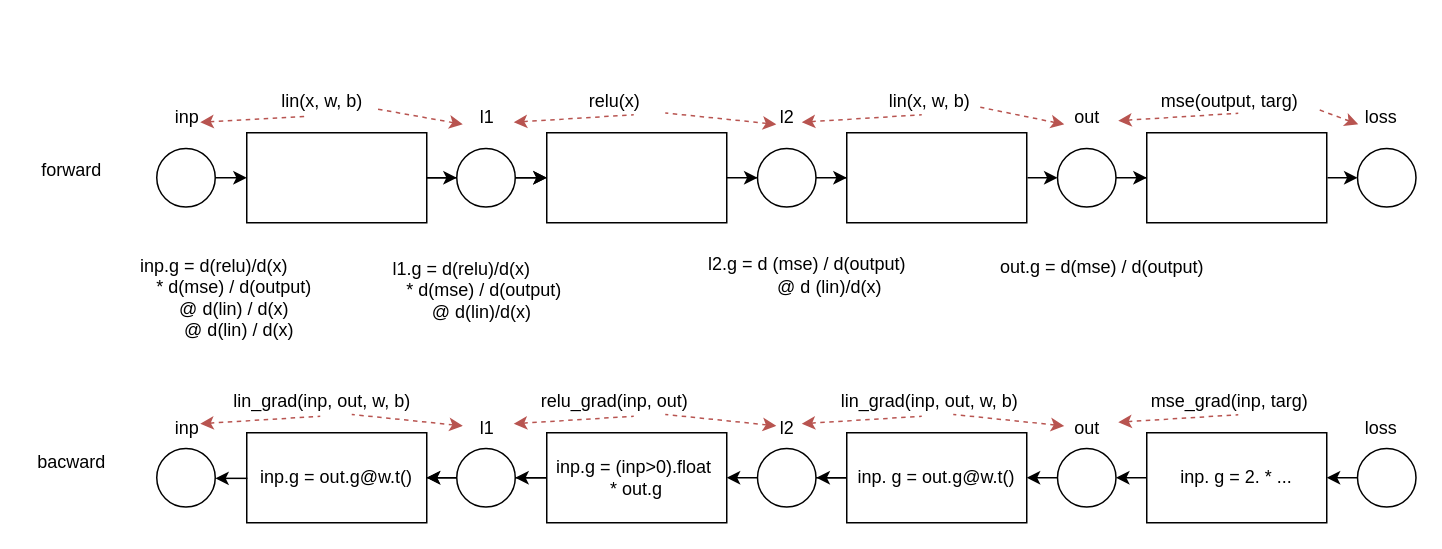
The draw.io diagram page "lesson8_ver2" (3 of 5) of lesson_note/studyFastaiFigures.drawio in shuntaka/study-fastai, before the edit. Source tidied: cells renumbered, new cells numbered last; positions are measured from the earlier drawing's top-left corner, leaving out a move shared by most shapes. Both pictures are drawn from the tidied source at 150%, with x=0, y=0 at pixel (26, 86).
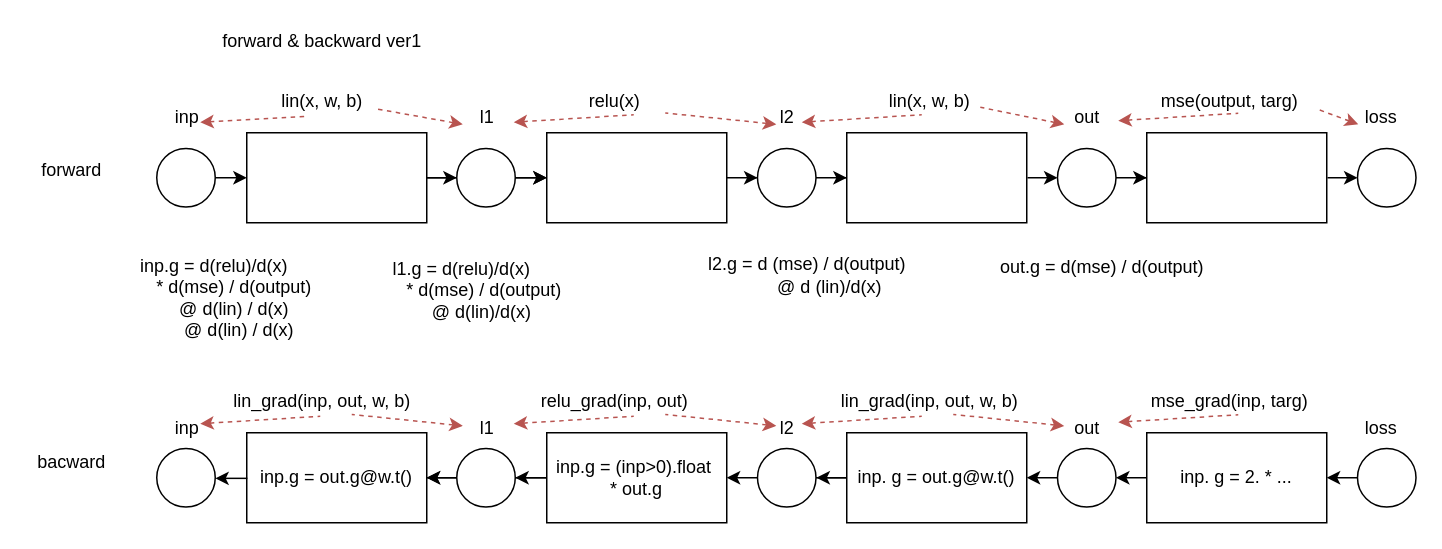
Above is the later version.

What changed in the source:
```diff
@@
+    <mxCell id="77" value="forward &amp;amp; backward ver1" style="text;html=1;align=center;verticalAlign=middle;" parent="1" vertex="1">
+      <mxGeometry x="122" y="-40" width="150" height="20" as="geometry" />
+    </mxCell>
```
